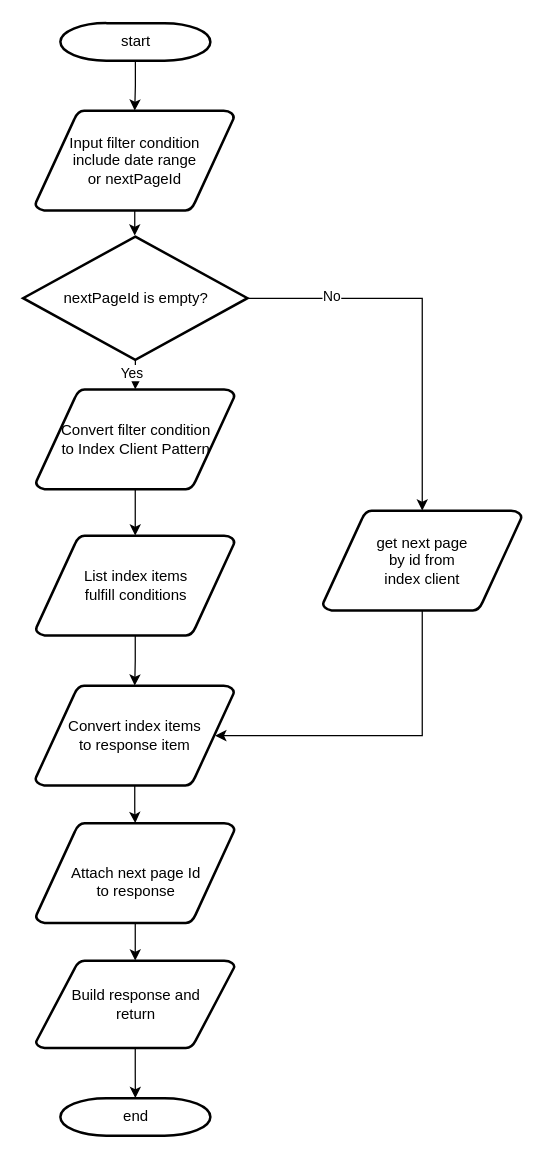
This is ListFeeTransaction.drawio from wang2gua/test, a draw.io file, before an edit. Source tidied: cells renumbered, new cells numbered last; positions are measured from the earlier drawing's top-left corner, leaving out a move shared by most shapes. Both pictures are drawn from the tidied source at 125%, with x=0, y=0 at pixel (22, 22).
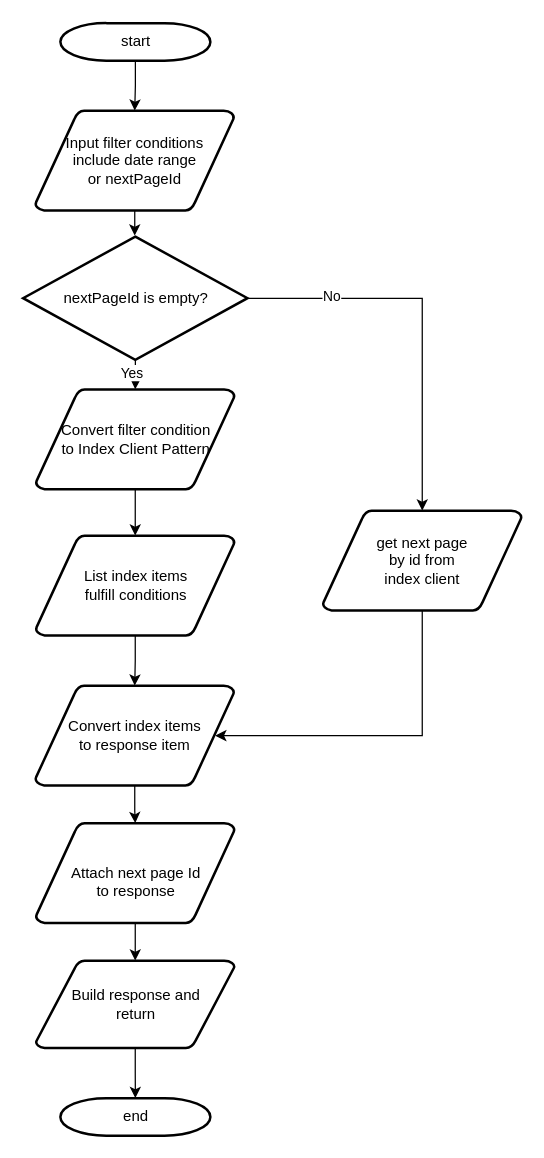
Above is the later version.

Diff of the diagram source:
```diff
@@
-    <mxCell id="5" value="Input filter condition&lt;br&gt; include date range&lt;br&gt;or nextPageId" style="shape=mxgraph.flowchart.data;strokeWidth=2;gradientColor=none;gradientDirection=north;fontStyle=0;html=1;" parent="1" vertex="1">
+    <mxCell id="5" value="Input filter conditions&lt;br&gt; include date range&lt;br&gt;or nextPageId" style="shape=mxgraph.flowchart.data;strokeWidth=2;gradientColor=none;gradientDirection=north;fontStyle=0;html=1;" parent="1" vertex="1">
       <mxGeometry x="9.8" y="70" width="159" height="80" as="geometry" />
     </mxCell>
```
